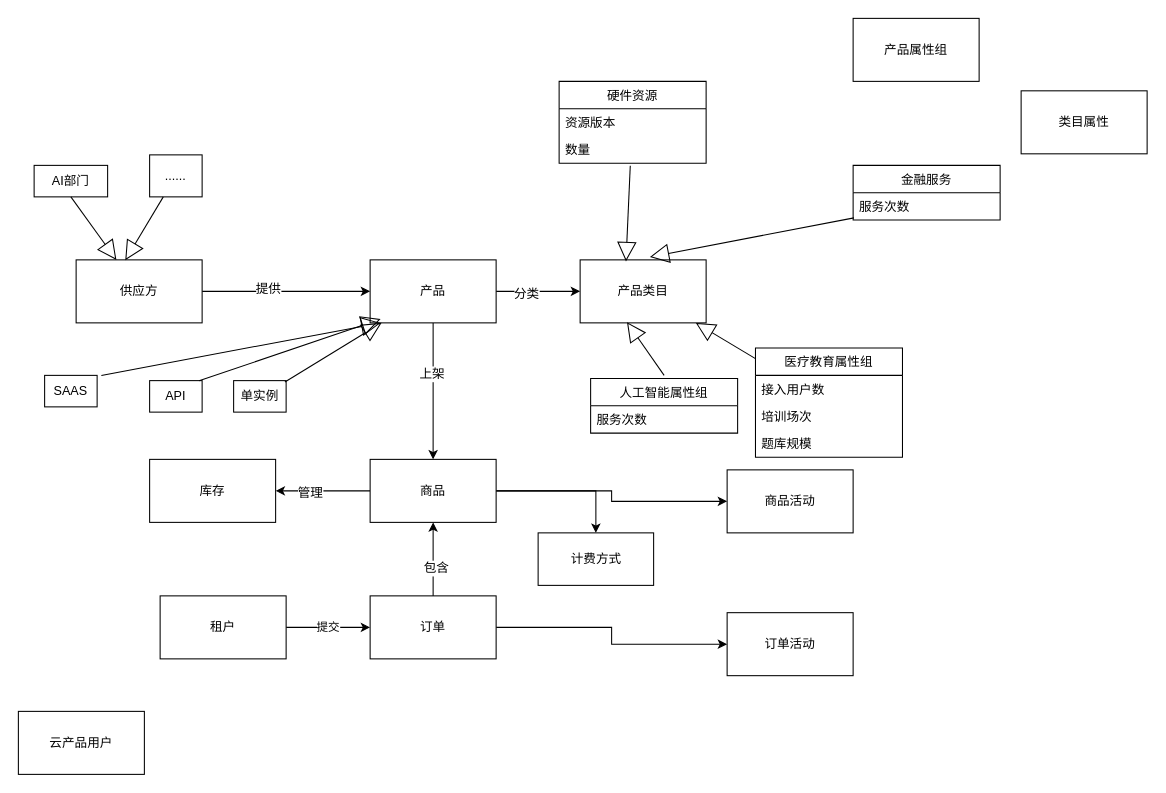
The draw.io diagram page "Page-4" (4 of 4) of 微医云模块.drawio in liaosg/test, before the edit. Source tidied: cells renumbered, new cells numbered last; positions are measured from the earlier drawing's top-left corner, leaving out a move shared by most shapes. Both pictures are drawn from the tidied source at 105%, with x=0, y=0 at pixel (18, 18).
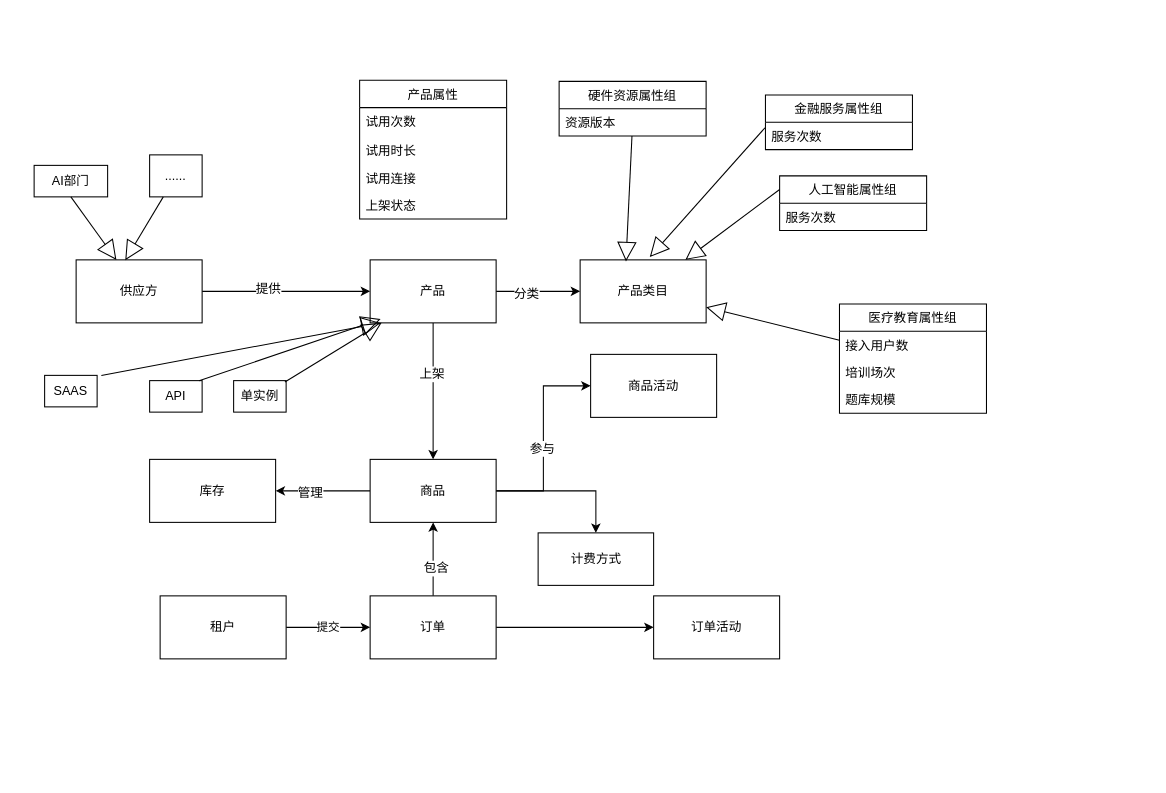
Above is the later version.

Commit message:
Update 微医云模块.drawio

The change refers to these unchanged cells:
```xml
<mxCell id="12" value="产品类目" style="rounded=0;whiteSpace=wrap;html=1;" parent="1" vertex="1">
  <mxGeometry x="535" y="230" width="120" height="60" as="geometry" />
</mxCell>
<mxCell id="16" style="edgeStyle=orthogonalEdgeStyle;rounded=0;jettySize=auto;html=1;entryX=0;entryY=0.5;entryDx=0;entryDy=0;" parent="1" edge="1" source="17" target="28">
  <mxGeometry relative="1" as="geometry" />
</mxCell>
<mxCell id="46" value="资源版本" style="text;strokeColor=none;fillColor=none;align=left;verticalAlign=top;spacingLeft=4;spacingRight=4;overflow=hidden;points=[[0,0.5],[1,0.5]];portConstraint=eastwest;" parent="45" vertex="1">
  <mxGeometry y="26" width="140" height="26" as="geometry" />
</mxCell>
<mxCell id="49" value="服务次数" style="text;strokeColor=none;fillColor=none;align=left;verticalAlign=top;spacingLeft=4;spacingRight=4;overflow=hidden;points=[[0,0.5],[1,0.5]];portConstraint=eastwest;" parent="48" vertex="1">
  <mxGeometry y="26" width="140" height="26" as="geometry" />
</mxCell>
```

What changed in the source:
```diff
@@
+    <mxCell id="54" value="参与" style="text;html=1;align=center;verticalAlign=middle;labelBackgroundColor=#ffffff;" parent="16" vertex="1">
+      <mxGeometry x="-0.09" y="2" relative="1" as="geometry" />
+    </mxCell>
@@
-    <mxCell id="22" value="云产品用户" style="rounded=0;whiteSpace=wrap;html=1;" parent="1" vertex="1">
-      <mxGeometry y="660" width="120" height="60" as="geometry" />
-    </mxCell>
@@
-    <mxCell id="25" value="类目属性" style="rounded=0;whiteSpace=wrap;html=1;" parent="1" vertex="1">
-      <mxGeometry x="955" y="69" width="120" height="60" as="geometry" />
-    </mxCell>
-    <mxCell id="26" value="产品属性组" style="rounded=0;whiteSpace=wrap;html=1;" parent="1" vertex="1">
-      <mxGeometry x="795" width="120" height="60" as="geometry" />
-    </mxCell>
@@
     <mxCell id="28" value="商品活动" style="rounded=0;whiteSpace=wrap;html=1;" parent="1" vertex="1">
-      <mxGeometry x="675" y="430" width="120" height="60" as="geometry" />
+      <mxGeometry x="545" y="320" width="120" height="60" as="geometry" />
     </mxCell>
@@
-    <mxCell id="37" style="endArrow=block;endSize=16;endFill=0;html=1;entryX=0.553;entryY=-0.045;entryDx=0;entryDy=0;entryPerimeter=0;exitX=0.006;exitY=-0.075;exitDx=0;exitDy=0;exitPerimeter=0;" parent="1" edge="1" target="12">
-      <mxGeometry relative="1" as="geometry">
-        <mxPoint x="795.8" y="190" as="sourcePoint" />
-      </mxGeometry>
+    <mxCell id="37" style="endArrow=block;endSize=16;endFill=0;html=1;entryX=0.553;entryY=-0.045;entryDx=0;entryDy=0;entryPerimeter=0;exitX=-0.003;exitY=0.199;exitDx=0;exitDy=0;exitPerimeter=0;" parent="1" edge="1" source="49" target="12">
+      <mxGeometry relative="1" as="geometry" />
     </mxCell>
     <mxCell id="38" value="人工智能属性组" style="swimlane;fontStyle=0;horizontal=1;startSize=26;fillColor=none;" parent="1" vertex="1">
-      <mxGeometry x="545" y="343" width="140" height="52" as="geometry" />
+      <mxGeometry x="725" y="150" width="140" height="52" as="geometry" />
     </mxCell>
@@
-    <mxCell id="40" style="endArrow=block;endSize=16;endFill=0;html=1;entryX=0.372;entryY=0.989;entryDx=0;entryDy=0;entryPerimeter=0;" parent="1" edge="1" target="12">
-      <mxGeometry relative="1" as="geometry">
-        <mxPoint x="615" y="340" as="sourcePoint" />
-      </mxGeometry>
+    <mxCell id="40" style="endArrow=block;endSize=16;endFill=0;html=1;exitX=0;exitY=0.25;exitDx=0;exitDy=0;" parent="1" edge="1" source="38" target="12">
+      <mxGeometry relative="1" as="geometry" />
     </mxCell>
     <mxCell id="41" value="医疗教育属性组" style="swimlane;fontStyle=0;horizontal=1;startSize=26;fillColor=none;" parent="1" vertex="1">
-      <mxGeometry x="702" y="314" width="140" height="104" as="geometry" />
+      <mxGeometry x="782" y="272" width="140" height="104" as="geometry" />
     </mxCell>
@@
-    <mxCell id="45" value="硬件资源" style="swimlane;fontStyle=0;horizontal=1;startSize=26;fillColor=none;" parent="1" vertex="1">
-      <mxGeometry x="515" y="60" width="140" height="78" as="geometry" />
+    <mxCell id="45" value="硬件资源属性组" style="swimlane;fontStyle=0;horizontal=1;startSize=26;fillColor=none;" parent="1" vertex="1">
+      <mxGeometry x="515" y="60" width="140" height="52" as="geometry" />
     </mxCell>
@@
-    <mxCell id="47" value="数量" style="text;strokeColor=none;fillColor=none;align=left;verticalAlign=top;spacingLeft=4;spacingRight=4;overflow=hidden;points=[[0,0.5],[1,0.5]];portConstraint=eastwest;" parent="45" vertex="1">
-      <mxGeometry y="52" width="140" height="26" as="geometry" />
-    </mxCell>
-    <mxCell id="48" value="金融服务" style="swimlane;fontStyle=0;horizontal=1;startSize=26;fillColor=none;" parent="1" vertex="1">
-      <mxGeometry x="795" y="140" width="140" height="52" as="geometry" />
+    <mxCell id="48" value="金融服务属性组" style="swimlane;fontStyle=0;horizontal=1;startSize=26;fillColor=none;" parent="1" vertex="1">
+      <mxGeometry x="711.5" y="73" width="140" height="52" as="geometry" />
     </mxCell>
@@
-    <mxCell id="50" style="endArrow=block;endSize=16;endFill=0;html=1;" parent="1" edge="1" source="41" target="12">
+    <mxCell id="50" style="endArrow=block;endSize=16;endFill=0;html=1;entryX=1;entryY=0.75;entryDx=0;entryDy=0;" parent="1" edge="1" source="41" target="12">
       <mxGeometry relative="1" as="geometry" />
     </mxCell>
-    <mxCell id="51" style="endArrow=block;endSize=16;endFill=0;html=1;entryX=0.364;entryY=0.024;entryDx=0;entryDy=0;entryPerimeter=0;exitX=0.484;exitY=1.092;exitDx=0;exitDy=0;exitPerimeter=0;" parent="1" edge="1" source="47" target="12">
+    <mxCell id="51" style="endArrow=block;endSize=16;endFill=0;html=1;entryX=0.364;entryY=0.024;entryDx=0;entryDy=0;entryPerimeter=0;" parent="1" edge="1" source="46" target="12">
       <mxGeometry relative="1" as="geometry" />
     </mxCell>
@@
     <mxCell id="53" value="订单活动" style="rounded=0;whiteSpace=wrap;html=1;" parent="1" vertex="1">
-      <mxGeometry x="675" y="566" width="120" height="60" as="geometry" />
+      <mxGeometry x="605" y="550" width="120" height="60" as="geometry" />
     </mxCell>
+    <mxCell id="55" value="产品属性" style="swimlane;fontStyle=0;horizontal=1;startSize=26;fillColor=none;" parent="1" vertex="1">
+      <mxGeometry x="325" y="59" width="140" height="132" as="geometry" />
+    </mxCell>
+    <mxCell id="56" value="试用次数" style="text;strokeColor=none;fillColor=none;align=left;verticalAlign=top;spacingLeft=4;spacingRight=4;overflow=hidden;" parent="55" vertex="1">
+      <mxGeometry y="26" width="140" height="28" as="geometry" />
+    </mxCell>
+    <mxCell id="57" value="试用时长" style="text;strokeColor=none;fillColor=none;align=left;verticalAlign=top;spacingLeft=4;spacingRight=4;overflow=hidden;" parent="55" vertex="1">
+      <mxGeometry y="54" width="140" height="26" as="geometry" />
+    </mxCell>
+    <mxCell id="58" value="试用连接" style="text;strokeColor=none;fillColor=none;align=left;verticalAlign=top;spacingLeft=4;spacingRight=4;overflow=hidden;" parent="55" vertex="1">
+      <mxGeometry y="80" width="140" height="26" as="geometry" />
+    </mxCell>
+    <mxCell id="59" value="上架状态" style="text;strokeColor=none;fillColor=none;align=left;verticalAlign=top;spacingLeft=4;spacingRight=4;overflow=hidden;" parent="55" vertex="1">
+      <mxGeometry y="106" width="140" height="26" as="geometry" />
+    </mxCell>
```
